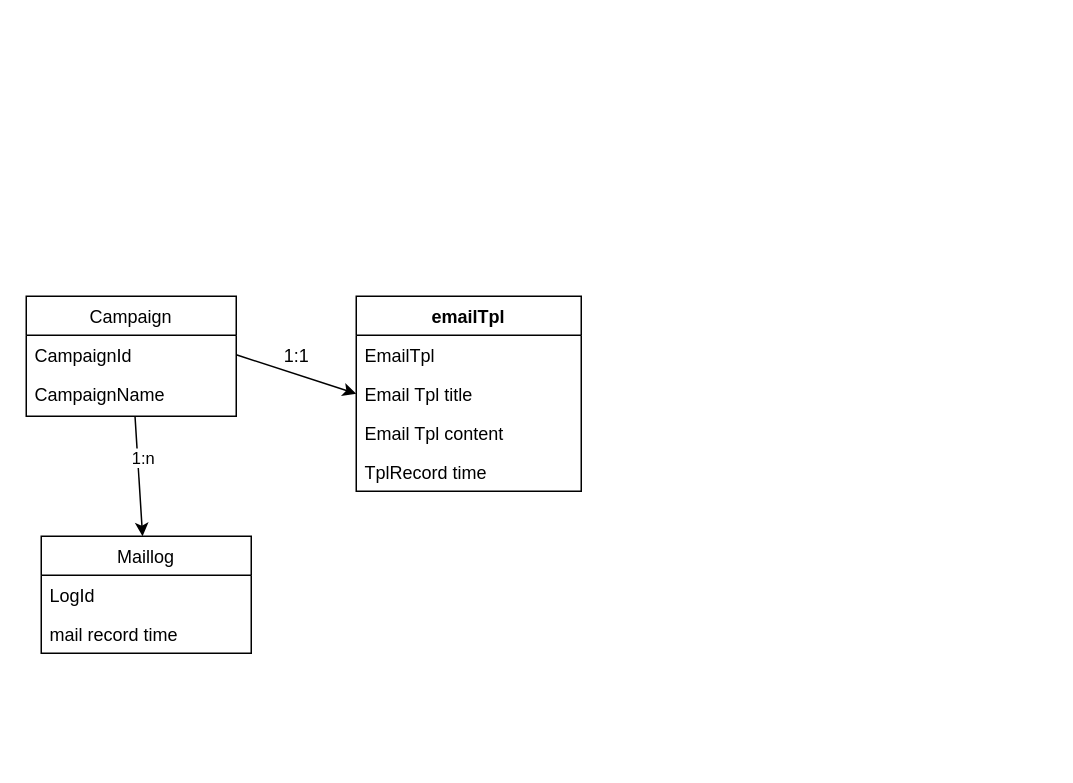
robertzengcn/marketing keeps this draw.io diagram as doc/class.drawio. Above is the earlier version. Source tidied: cells renumbered, new cells numbered last; positions are measured from the earlier drawing's top-left corner, leaving out a move shared by most shapes. Both pictures are drawn from the tidied source at 150%, with x=0, y=0 at pixel (26, 296).
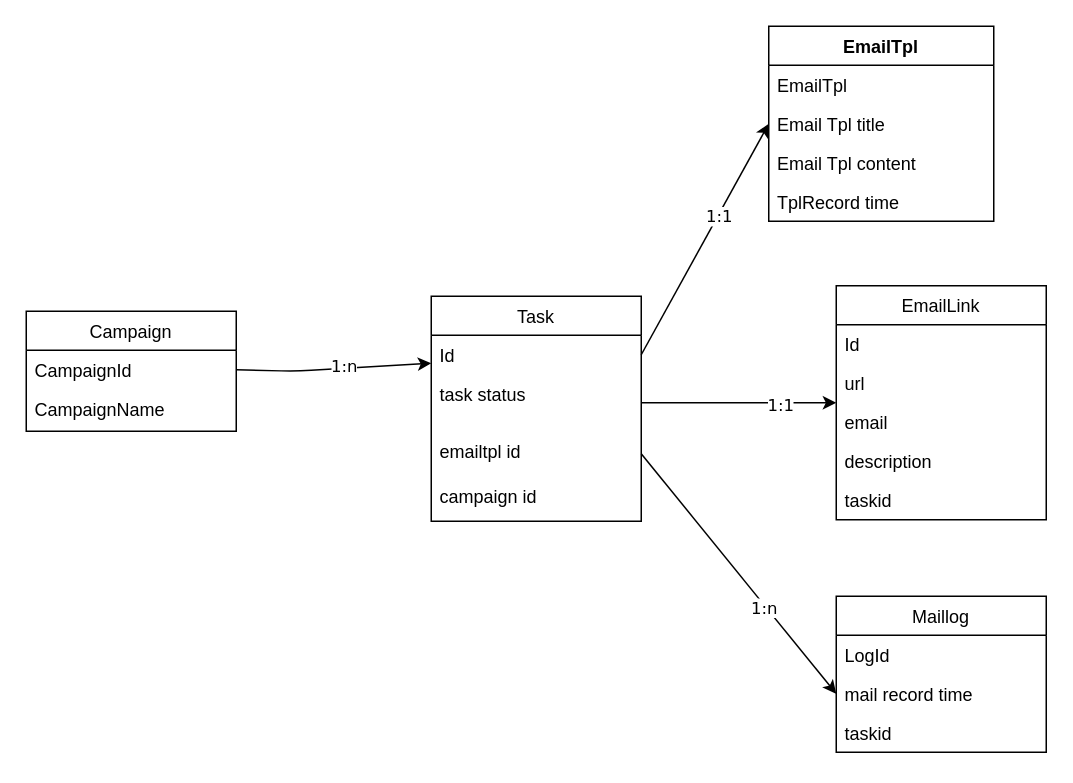
Above is the later version.

Unchanged cells that the change refers to:
```xml
<mxCell id="5" value="CampaignId" style="text;strokeColor=none;fillColor=none;align=left;verticalAlign=top;spacingLeft=4;spacingRight=4;overflow=hidden;points=[[0,0.5],[1,0.5]];portConstraint=eastwest;" parent="4" vertex="1">
  <mxGeometry y="26" width="140" height="26" as="geometry" />
</mxCell>
<mxCell id="16" value="mail record time" style="text;strokeColor=none;fillColor=none;align=left;verticalAlign=top;spacingLeft=4;spacingRight=4;overflow=hidden;points=[[0,0.5],[1,0.5]];portConstraint=eastwest;" parent="14" vertex="1">
  <mxGeometry y="52" width="140" height="26" as="geometry" />
</mxCell>
```

Diff of the diagram source:
```diff
@@
-    <mxCell id="2" style="edgeStyle=none;html=1;" parent="1" edge="1" source="4" target="14">
-      <mxGeometry relative="1" as="geometry" />
-    </mxCell>
-    <mxCell id="3" value="1:n" style="edgeLabel;html=1;align=center;verticalAlign=middle;" parent="2" vertex="1">
-      <mxGeometry x="-0.3" y="3" relative="1" as="geometry" />
-    </mxCell>
     <mxCell id="4" value="Campaign" style="swimlane;fontStyle=0;horizontal=1;startSize=26;fillColor=none;" parent="1" vertex="1">
-      <mxGeometry width="140" height="80" as="geometry" />
+      <mxGeometry y="10" width="140" height="80" as="geometry" />
     </mxCell>
@@
-    <mxCell id="7" value="emailTpl" style="swimlane;fontStyle=1;horizontal=1;startSize=26;fillColor=none;" parent="1" vertex="1">
-      <mxGeometry x="220" width="150" height="130" as="geometry" />
+    <mxCell id="7" value="EmailTpl" style="swimlane;fontStyle=1;horizontal=1;startSize=26;fillColor=none;" parent="1" vertex="1">
+      <mxGeometry x="495" y="-180" width="150" height="130" as="geometry" />
     </mxCell>
@@
-    <mxCell id="12" style="edgeStyle=none;html=1;exitX=1;exitY=0.5;exitDx=0;exitDy=0;entryX=0;entryY=0.5;entryDx=0;entryDy=0;" parent="1" edge="1" source="5" target="7">
-      <mxGeometry relative="1" as="geometry" />
-    </mxCell>
-    <mxCell id="13" value="1:1" style="text;html=1;align=center;verticalAlign=middle;strokeColor=none;fillColor=none;" parent="1" vertex="1">
-      <mxGeometry x="165" y="30" width="30" height="20" as="geometry" />
-    </mxCell>
     <mxCell id="14" value="Maillog" style="swimlane;fontStyle=0;horizontal=1;startSize=26;fillColor=none;" parent="1" vertex="1">
-      <mxGeometry x="10" y="160" width="140" height="78" as="geometry" />
+      <mxGeometry x="540" y="200" width="140" height="104" as="geometry" />
     </mxCell>
@@
+    <mxCell id="17" value="taskid&#10;" style="text;strokeColor=none;fillColor=none;align=left;verticalAlign=top;spacingLeft=4;spacingRight=4;overflow=hidden;" parent="14" vertex="1">
+      <mxGeometry y="78" width="140" height="26" as="geometry" />
+    </mxCell>
+    <mxCell id="18" value="EmailLink" style="swimlane;fontStyle=0;horizontal=1;startSize=26;fillColor=none;" parent="1" vertex="1">
+      <mxGeometry x="540" y="-7" width="140" height="156" as="geometry" />
+    </mxCell>
+    <mxCell id="19" value="Id" style="text;strokeColor=none;fillColor=none;align=left;verticalAlign=top;spacingLeft=4;spacingRight=4;overflow=hidden;" parent="18" vertex="1">
+      <mxGeometry y="26" width="140" height="26" as="geometry" />
+    </mxCell>
+    <mxCell id="20" value="url&#10;" style="text;strokeColor=none;fillColor=none;align=left;verticalAlign=top;spacingLeft=4;spacingRight=4;overflow=hidden;" parent="18" vertex="1">
+      <mxGeometry y="52" width="140" height="26" as="geometry" />
+    </mxCell>
+    <mxCell id="21" value="email&#10;" style="text;strokeColor=none;fillColor=none;align=left;verticalAlign=top;spacingLeft=4;spacingRight=4;overflow=hidden;" parent="18" vertex="1">
+      <mxGeometry y="78" width="140" height="26" as="geometry" />
+    </mxCell>
+    <mxCell id="22" value="description&#10;" style="text;strokeColor=none;fillColor=none;align=left;verticalAlign=top;spacingLeft=4;spacingRight=4;overflow=hidden;" parent="18" vertex="1">
+      <mxGeometry y="104" width="140" height="26" as="geometry" />
+    </mxCell>
+    <mxCell id="23" value="taskid" style="text;strokeColor=none;fillColor=none;align=left;verticalAlign=top;spacingLeft=4;spacingRight=4;overflow=hidden;" parent="18" vertex="1">
+      <mxGeometry y="130" width="140" height="26" as="geometry" />
+    </mxCell>
+    <mxCell id="24" value="Task" style="swimlane;fontStyle=0;horizontal=1;startSize=26;fillColor=none;" parent="1" vertex="1">
+      <mxGeometry x="270" width="140" height="150" as="geometry" />
+    </mxCell>
+    <mxCell id="25" value="Id" style="text;strokeColor=none;fillColor=none;align=left;verticalAlign=top;spacingLeft=4;spacingRight=4;overflow=hidden;points=[[0,0.5],[1,0.5]];portConstraint=eastwest;" parent="24" vertex="1">
+      <mxGeometry y="26" width="140" height="26" as="geometry" />
+    </mxCell>
+    <mxCell id="26" value="task status&#10;" style="text;strokeColor=none;fillColor=none;align=left;verticalAlign=top;spacingLeft=4;spacingRight=4;overflow=hidden;points=[[0,0.5],[1,0.5]];portConstraint=eastwest;" parent="24" vertex="1">
+      <mxGeometry y="52" width="140" height="38" as="geometry" />
+    </mxCell>
+    <mxCell id="27" value="emailtpl id" style="text;strokeColor=none;fillColor=none;align=left;verticalAlign=top;spacingLeft=4;spacingRight=4;overflow=hidden;points=[[0,0.5],[1,0.5]];portConstraint=eastwest;" parent="24" vertex="1">
+      <mxGeometry y="90" width="140" height="30" as="geometry" />
+    </mxCell>
+    <mxCell id="28" value="campaign id" style="text;strokeColor=none;fillColor=none;align=left;verticalAlign=top;spacingLeft=4;spacingRight=4;overflow=hidden;" parent="24" vertex="1">
+      <mxGeometry y="120" width="140" height="30" as="geometry" />
+    </mxCell>
+    <mxCell id="29" style="edgeStyle=none;html=1;exitX=1;exitY=0.5;exitDx=0;exitDy=0;entryX=0;entryY=-0.192;entryDx=0;entryDy=0;entryPerimeter=0;fontFamily=Verdana;" parent="1" edge="1" source="5" target="26">
+      <mxGeometry relative="1" as="geometry">
+        <Array as="points">
+          <mxPoint x="180" y="50" />
+        </Array>
+      </mxGeometry>
+    </mxCell>
+    <mxCell id="30" value="1:n" style="edgeLabel;html=1;align=center;verticalAlign=middle;fontFamily=Verdana;" parent="29" vertex="1">
+      <mxGeometry x="0.1" y="2" relative="1" as="geometry" />
+    </mxCell>
+    <mxCell id="31" style="edgeStyle=none;html=1;exitX=1;exitY=0.5;exitDx=0;exitDy=0;entryX=0;entryY=0.5;entryDx=0;entryDy=0;fontFamily=Verdana;" parent="1" edge="1" source="25" target="7">
+      <mxGeometry relative="1" as="geometry" />
+    </mxCell>
+    <mxCell id="32" value="1:1" style="edgeLabel;html=1;align=center;verticalAlign=middle;fontFamily=Verdana;" parent="31" vertex="1">
+      <mxGeometry x="0.21" relative="1" as="geometry" />
+    </mxCell>
+    <mxCell id="33" style="edgeStyle=none;html=1;exitX=1;exitY=0.5;exitDx=0;exitDy=0;entryX=0;entryY=0.5;entryDx=0;entryDy=0;fontFamily=Verdana;" parent="1" edge="1" source="26" target="18">
+      <mxGeometry relative="1" as="geometry" />
+    </mxCell>
+    <mxCell id="34" value="1:1" style="edgeLabel;html=1;align=center;verticalAlign=middle;fontFamily=Verdana;" parent="33" vertex="1">
+      <mxGeometry x="0.41" y="-1" relative="1" as="geometry" />
+    </mxCell>
+    <mxCell id="35" style="edgeStyle=none;html=1;exitX=1;exitY=0.5;exitDx=0;exitDy=0;fontFamily=Verdana;entryX=0;entryY=0.5;entryDx=0;entryDy=0;" parent="1" edge="1" source="27" target="16">
+      <mxGeometry relative="1" as="geometry" />
+    </mxCell>
+    <mxCell id="36" value="1:n" style="edgeLabel;html=1;align=center;verticalAlign=middle;fontFamily=Verdana;" parent="35" vertex="1">
+      <mxGeometry x="0.27" y="-2" relative="1" as="geometry" />
+    </mxCell>
```
